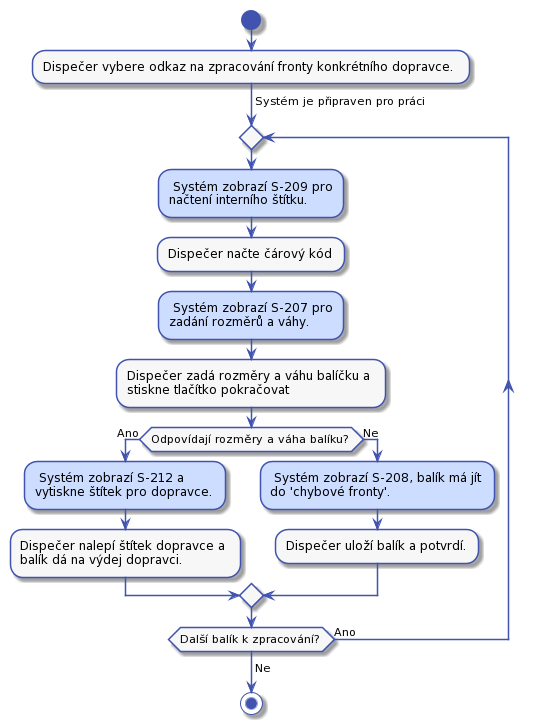
This is diagrams/out/uc-23-activity.png from Internet-Handel/postman, a PlantUML export, as it was before one commit. Its diagram source:
```plantuml
@startuml



skinparam activity {
    BorderColor #4053AF
    ArrowColor #4053AF
    FontName Roboto
    BackgroundColor #F7F7F7
    StartColor #4053AF
    EndColor #4053AF
}

skinparam activityDiamond {
    BorderColor #4053AF
    ArrowColor #4053AF
    FontName Roboto
    BackgroundColor #F7F7F7
}

skinparam actor {
    BorderColor #4053AF
    ArrowColor #4053AF
    FontName Roboto
    BackgroundColor #F7F7F7
}

skinparam useCase {
    BorderColor #4053AF
    ArrowColor #4053AF
    FontName Roboto
    BackgroundColor #F7F7F7
}

skinparam state {
    BorderColor #4053AF
    ArrowColor #4053AF
    FontName Roboto
    BackgroundColor #F7F7F7
}

skinparam sequence {
    ParticipantBorderColor #4053AF
    ParticipantBackgroundColor #F7F7F7
}

skinparam note {
    BorderColor #4053AF
    BackgroundColor #F7F7F7
}

skinparam object {
    BorderColor #4053AF
    BackgroundColor #F7F7F7
}

skinparam class {
    BorderColor #4053AF
    BackgroundColor #F7F7F7
}


start

:Dispečer vybere odkaz na zpracování fronty konkrétního dopravce.;

-> Systém je připraven pro práci;

repeat

    #CDDDFF: Systém zobrazí S-209 pro
    načtení interního štítku.;
    :Dispečer načte čárový kód;

    #CDDDFF: Systém zobrazí S-207 pro
    zadání rozměrů a váhy.;
    :Dispečer zadá rozměry a váhu balíčku a
    stiskne tlačítko pokračovat;

    if (Odpovídají rozměry a váha balíku?) then (Ano)
        #CDDDFF: Systém zobrazí S-212 a
        vytiskne štítek pro dopravce.;
        :Dispečer nalepí štítek dopravce a
        balík dá na výdej dopravci.;
    else (Ne)
        #CDDDFF: Systém zobrazí S-208, balík má jít
        do 'chybové fronty'.;
        :Dispečer uloží balík a potvrdí.;
    endif

repeat while (Další balík k zpracování?) is (Ano)
->Ne;

stop
@enduml
```
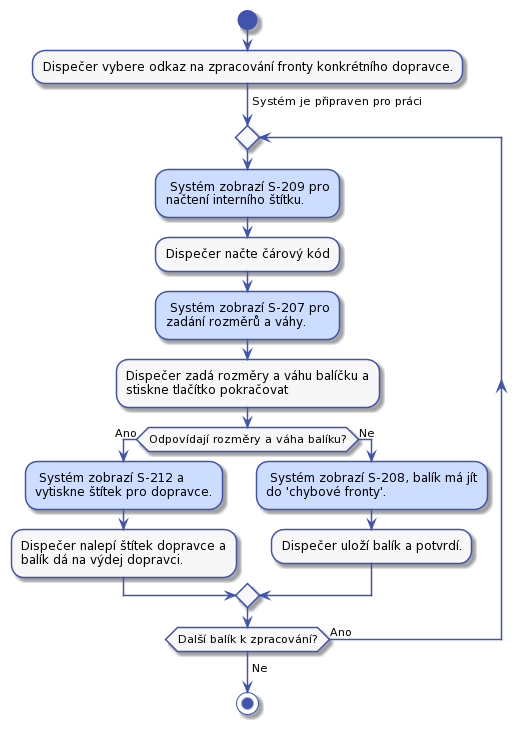
The same file after the commit.

Change to the diagram source:
```diff
@@ -1,62 +1,65 @@
 @startuml
+!$col1 = "#F7F7F7"
 
+!$col2 = "#CDDDFF"
 
+!$col4 = "#4053AF"
 
 skinparam activity {
-    BorderColor #4053AF
-    ArrowColor #4053AF
+    BorderColor $col4
+    ArrowColor $col4
     FontName Roboto
-    BackgroundColor #F7F7F7
-    StartColor #4053AF
-    EndColor #4053AF
+    BackgroundColor $col1
+    StartColor $col4
+    EndColor $col4
 }
 
 skinparam activityDiamond {
-    BorderColor #4053AF
-    ArrowColor #4053AF
+    BorderColor $col4
+    ArrowColor $col4
     FontName Roboto
-    BackgroundColor #F7F7F7
+    BackgroundColor $col1
 }
 
 skinparam actor {
-    BorderColor #4053AF
-    ArrowColor #4053AF
+    BorderColor $col4
+    ArrowColor $col4
     FontName Roboto
-    BackgroundColor #F7F7F7
+    BackgroundColor $col1
 }
 
 skinparam useCase {
-    BorderColor #4053AF
-    ArrowColor #4053AF
+    BorderColor $col4
+    ArrowColor $col4
     FontName Roboto
-    BackgroundColor #F7F7F7
+    BackgroundColor $col1
 }
 
 skinparam state {
-    BorderColor #4053AF
-    ArrowColor #4053AF
+    BorderColor $col4
+    ArrowColor $col4
     FontName Roboto
-    BackgroundColor #F7F7F7
+    BackgroundColor $col1
 }
 
 skinparam sequence {
-    ParticipantBorderColor #4053AF
-    ParticipantBackgroundColor #F7F7F7
+    ParticipantBorderColor $col4
+    ParticipantBackgroundColor $col1
 }
 
 skinparam note {
-    BorderColor #4053AF
-    BackgroundColor #F7F7F7
+    BorderColor $col4
+    BackgroundColor $col1
 }
 
 skinparam object {
-    BorderColor #4053AF
-    BackgroundColor #F7F7F7
+    BorderColor $col4
+    BackgroundColor $col1
 }
 
 skinparam class {
-    BorderColor #4053AF
-    BackgroundColor #F7F7F7
+    BorderColor $col4
+    BackgroundColor $col1
 }
 
 
@@ -68,22 +71,22 @@
 
 repeat
 
-    #CDDDFF: Systém zobrazí S-209 pro
+    $col2: Systém zobrazí S-209 pro
     načtení interního štítku.;
     :Dispečer načte čárový kód;
 
-    #CDDDFF: Systém zobrazí S-207 pro
+    $col2: Systém zobrazí S-207 pro
     zadání rozměrů a váhy.;
     :Dispečer zadá rozměry a váhu balíčku a
     stiskne tlačítko pokračovat;
 
     if (Odpovídají rozměry a váha balíku?) then (Ano)
-        #CDDDFF: Systém zobrazí S-212 a
+        $col2: Systém zobrazí S-212 a
         vytiskne štítek pro dopravce.;
         :Dispečer nalepí štítek dopravce a
         balík dá na výdej dopravci.;
     else (Ne)
-        #CDDDFF: Systém zobrazí S-208, balík má jít
+        $col2: Systém zobrazí S-208, balík má jít
         do 'chybové fronty'.;
         :Dispečer uloží balík a potvrdí.;
     endif
```
